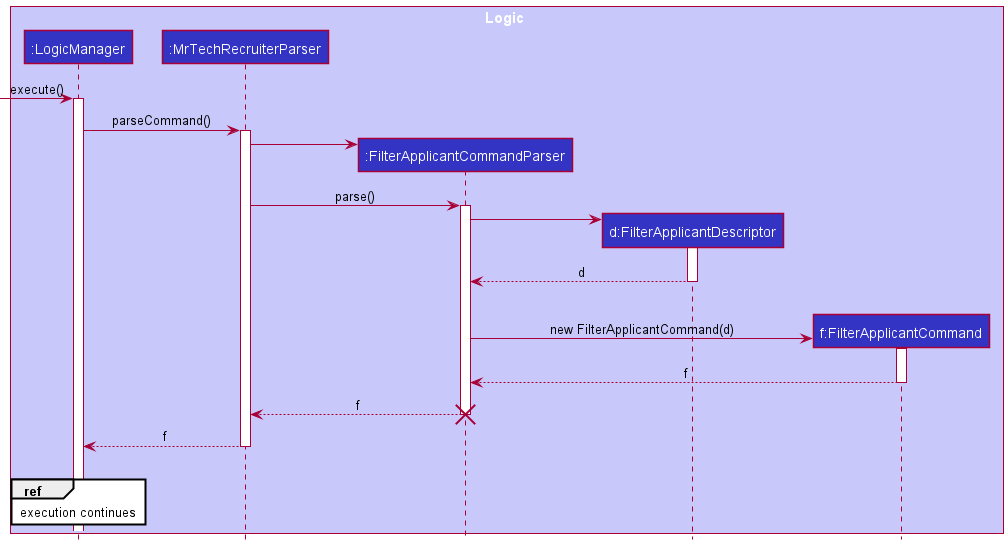
Before: docs/images/FilterApplicantSequenceDiagram0.png, a diagram exported from PlantUML (nus-cs2103-AY2122S1/tp).
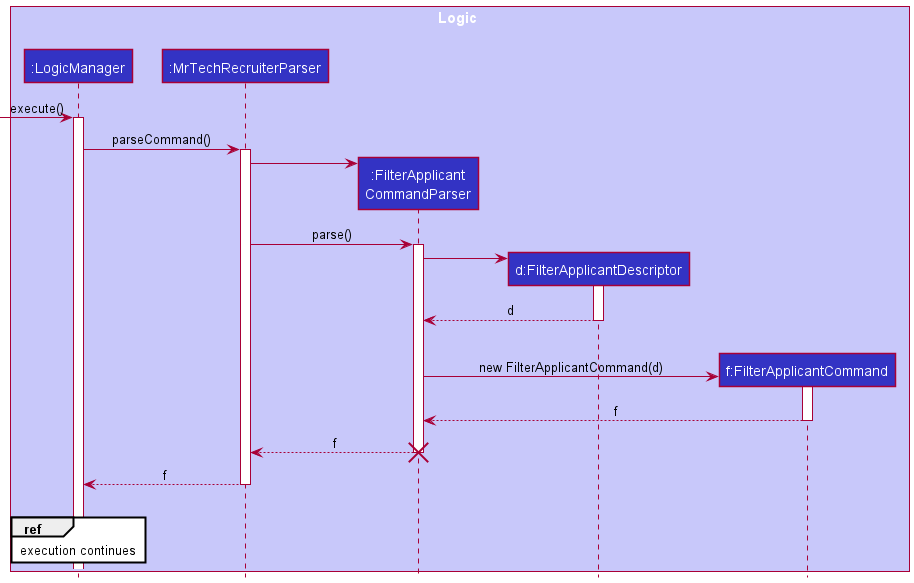
Later version of the same file.

Diff of the diagram source:
```diff
@@ -4,7 +4,7 @@
 box Logic LOGIC_COLOR_T1
 participant ":LogicManager" as LogicManager LOGIC_COLOR
 participant ":MrTechRecruiterParser" as MrTechRecruiterParser LOGIC_COLOR
-participant ":FilterApplicantCommandParser" as FilterApplicantCommandParser LOGIC_COLOR
+participant ":FilterApplicant\nCommandParser" as FilterApplicantCommandParser LOGIC_COLOR
 participant "d:FilterApplicantDescriptor" as FilterApplicantDescriptor LOGIC_COLOR
 participant "f:FilterApplicantCommand" as FilterApplicantCommand LOGIC_COLOR
 end box
```
